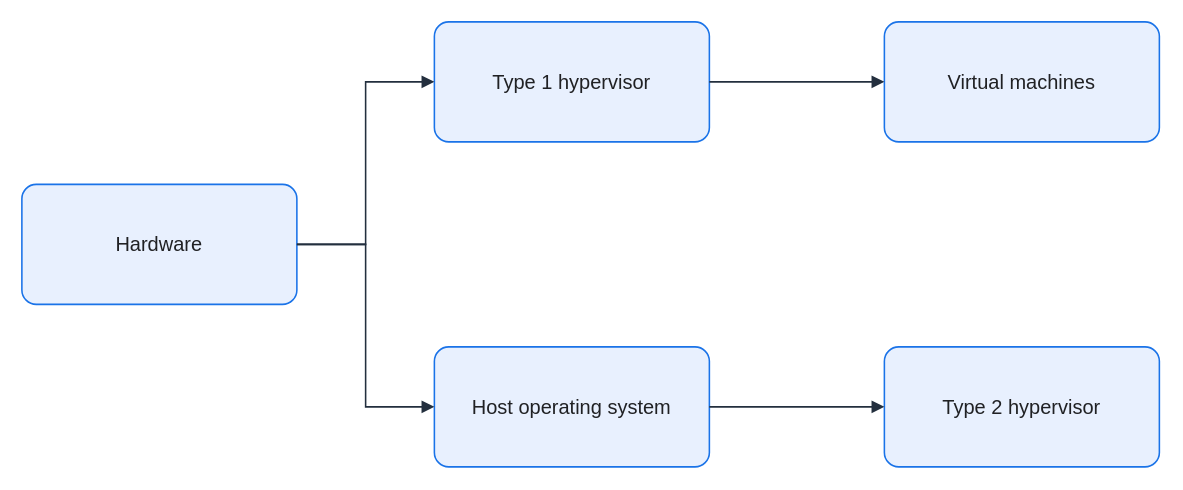
The draw.io diagram assets/img/virtualization/type1-type2-hypervisor.drawio in KKamJi98/kkamji98.github.io, before the edit. Source tidied: cells renumbered, new cells numbered last; positions are measured from the earlier drawing's top-left corner, leaving out a move shared by most shapes. Both pictures are drawn from the tidied source at 125%, with x=0, y=0 at pixel (21, 21).
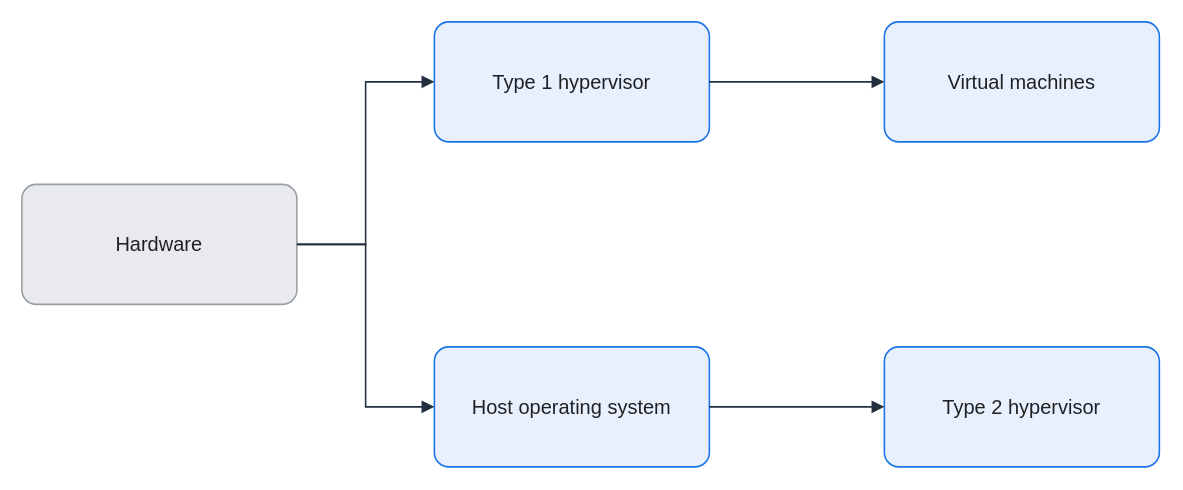
The same diagram, later.

The edit, as a diff of the source:
```diff
@@
 <mxGraphModel background="#FFFFFF">
   <root>
     <mxCell id="0" />
     <mxCell id="1" parent="0" />
-    <mxCell id="2" value="Hardware" style="rounded=1;arcSize=12;whiteSpace=wrap;html=0;fillColor=#E8F0FE;strokeColor=#1A73E8;strokeWidth=1.25;fontColor=#202124;fontSize=16;align=center;verticalAlign=middle;spacing=8;shadow=0;" parent="1" vertex="1">
+    <mxCell id="2" value="Hardware" style="rounded=1;arcSize=12;whiteSpace=wrap;html=0;fillColor=#E8EAED;strokeColor=#9AA0A6;strokeWidth=1.25;fontColor=#202124;fontSize=16;align=center;verticalAlign=middle;spacing=8;shadow=0;" parent="1" vertex="1">
       <mxGeometry y="130" width="220" height="96" as="geometry" />
     </mxCell>
     <mxCell id="3" value="Type 1 hypervisor" style="rounded=1;arcSize=12;whiteSpace=wrap;html=0;fillColor=#E8F0FE;strokeColor=#1A73E8;strokeWidth=1.25;fontColor=#202124;fontSize=16;align=center;verticalAlign=middle;spacing=8;shadow=0;" parent="1" vertex="1">
       <mxGeometry x="330" width="220" height="96" as="geometry" />
     </mxCell>
     <mxCell id="4" value="Virtual machines" style="rounded=1;arcSize=12;whiteSpace=wrap;html=0;fillColor=#E8F0FE;strokeColor=#1A73E8;strokeWidth=1.25;fontColor=#202124;fontSize=16;align=center;verticalAlign=middle;spacing=8;shadow=0;" parent="1" vertex="1">
       <mxGeometry x="690" width="220" height="96" as="geometry" />
     </mxCell>
     <mxCell id="5" value="Host operating system" style="rounded=1;arcSize=12;whiteSpace=wrap;html=0;fillColor=#E8F0FE;strokeColor=#1A73E8;strokeWidth=1.25;fontColor=#202124;fontSize=16;align=center;verticalAlign=middle;spacing=8;shadow=0;" parent="1" vertex="1">
       <mxGeometry x="330" y="260" width="220" height="96" as="geometry" />
     </mxCell>
     <mxCell id="6" value="Type 2 hypervisor" style="rounded=1;arcSize=12;whiteSpace=wrap;html=0;fillColor=#E8F0FE;strokeColor=#1A73E8;strokeWidth=1.25;fontColor=#202124;fontSize=16;align=center;verticalAlign=middle;spacing=8;shadow=0;" parent="1" vertex="1">
       <mxGeometry x="690" y="260" width="220" height="96" as="geometry" />
     </mxCell>
     <mxCell id="7" style="edgeStyle=orthogonalEdgeStyle;rounded=0;jettySize=auto;html=0;endArrow=block;endFill=1;strokeColor=#232F3E;strokeWidth=1.25;fontColor=#202124;labelBackgroundColor=none;exitX=1;exitY=0.5;exitDx=0;exitDy=0;entryX=0;entryY=0.5;entryDx=0;entryDy=0;endSize=7;" parent="1" edge="1" source="2" target="3">
       <mxGeometry relative="1" as="geometry" />
     </mxCell>
     <mxCell id="8" style="edgeStyle=orthogonalEdgeStyle;rounded=0;jettySize=auto;html=0;endArrow=block;endFill=1;strokeColor=#232F3E;strokeWidth=1.25;fontColor=#202124;labelBackgroundColor=none;exitX=1;exitY=0.5;exitDx=0;exitDy=0;entryX=0;entryY=0.5;entryDx=0;entryDy=0;endSize=7;" parent="1" edge="1" source="3" target="4">
       <mxGeometry relative="1" as="geometry" />
     </mxCell>
     <mxCell id="9" style="edgeStyle=orthogonalEdgeStyle;rounded=0;jettySize=auto;html=0;endArrow=block;endFill=1;strokeColor=#232F3E;strokeWidth=1.25;fontColor=#202124;labelBackgroundColor=none;exitX=1;exitY=0.5;exitDx=0;exitDy=0;entryX=0;entryY=0.5;entryDx=0;entryDy=0;endSize=7;" parent="1" edge="1" source="2" target="5">
       <mxGeometry relative="1" as="geometry" />
     </mxCell>
     <mxCell id="10" style="edgeStyle=orthogonalEdgeStyle;rounded=0;jettySize=auto;html=0;endArrow=block;endFill=1;strokeColor=#232F3E;strokeWidth=1.25;fontColor=#202124;labelBackgroundColor=none;exitX=1;exitY=0.5;exitDx=0;exitDy=0;entryX=0;entryY=0.5;entryDx=0;entryDy=0;endSize=7;" parent="1" edge="1" source="5" target="6">
       <mxGeometry relative="1" as="geometry" />
     </mxCell>
   </root>
 </mxGraphModel>
```
